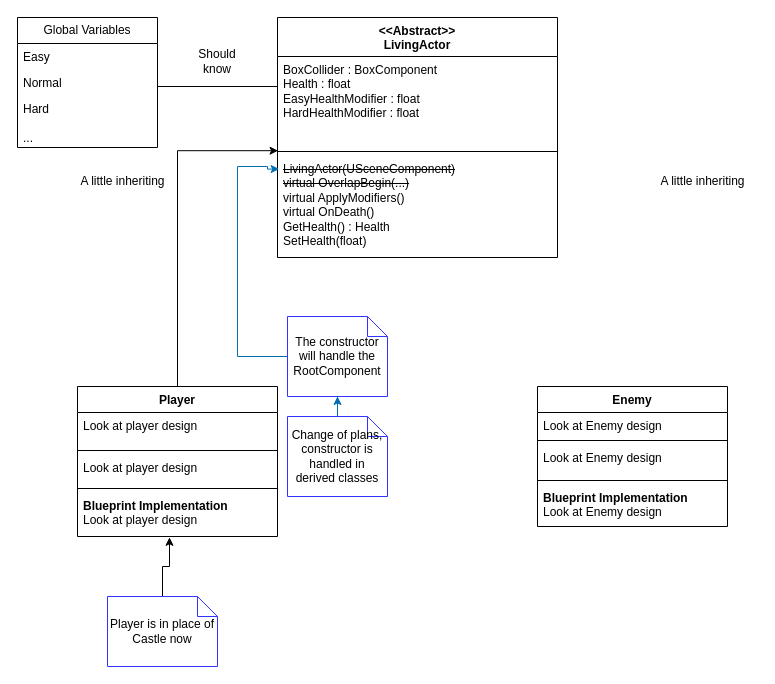
Earlier version of the draw.io diagram Design/LivingActorDesign.drawio (Edge321/DragonsDefense_v2). Source tidied: cells renumbered, new cells numbered last; positions are measured from the earlier drawing's top-left corner, leaving out a move shared by most shapes. Both pictures are drawn from the tidied source at 100%, with x=0, y=0 at pixel (17, 17).
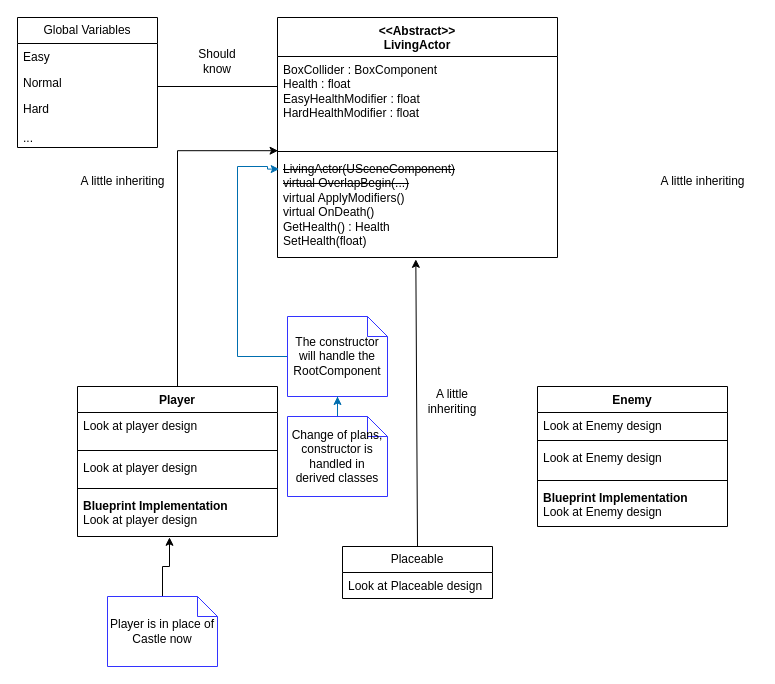
The same diagram, later.

Unchanged cells that the change refers to:
```xml
<mxCell id="5" value="&lt;strike&gt;LivingActor(USceneComponent)&lt;/strike&gt;&lt;br&gt;&lt;strike&gt;virtual OverlapBegin(...)&lt;/strike&gt;&lt;br&gt;virtual ApplyModifiers()&lt;br&gt;virtual OnDeath()&lt;br&gt;GetHealth() : Health&lt;br&gt;SetHealth(float)" style="text;strokeColor=none;fillColor=none;align=left;verticalAlign=top;spacingLeft=4;spacingRight=4;overflow=hidden;points=[[0,0.5],[1,0.5]];portConstraint=eastwest;whiteSpace=wrap;html=1;" parent="2" vertex="1">
  <mxGeometry y="138" width="280" height="102" as="geometry" />
</mxCell>
```

What changed in the source:
```diff
@@
+    <mxCell id="34" style="endArrow=classic;html=1;rounded=0;entryX=0.494;entryY=1.018;entryDx=0;entryDy=0;entryPerimeter=0;" parent="1" edge="1" target="5">
+      <mxGeometry relative="1" as="geometry">
+        <mxPoint x="400" y="529" as="sourcePoint" />
+      </mxGeometry>
+    </mxCell>
+    <mxCell id="35" value="Placeable" style="swimlane;fontStyle=0;horizontal=1;startSize=26;fillColor=none;whiteSpace=wrap;html=1;" parent="1" vertex="1">
+      <mxGeometry x="325" y="529" width="150" height="52" as="geometry" />
+    </mxCell>
+    <mxCell id="36" value="Look at Placeable design" style="text;strokeColor=none;fillColor=none;align=left;verticalAlign=top;spacingLeft=4;spacingRight=4;overflow=hidden;whiteSpace=wrap;html=1;" parent="35" vertex="1">
+      <mxGeometry y="26" width="150" height="26" as="geometry" />
+    </mxCell>
+    <mxCell id="37" value="A little inheriting" style="text;html=1;align=center;verticalAlign=middle;whiteSpace=wrap;rounded=0;" parent="1" vertex="1">
+      <mxGeometry x="405" y="369" width="60" height="30" as="geometry" />
+    </mxCell>
```
